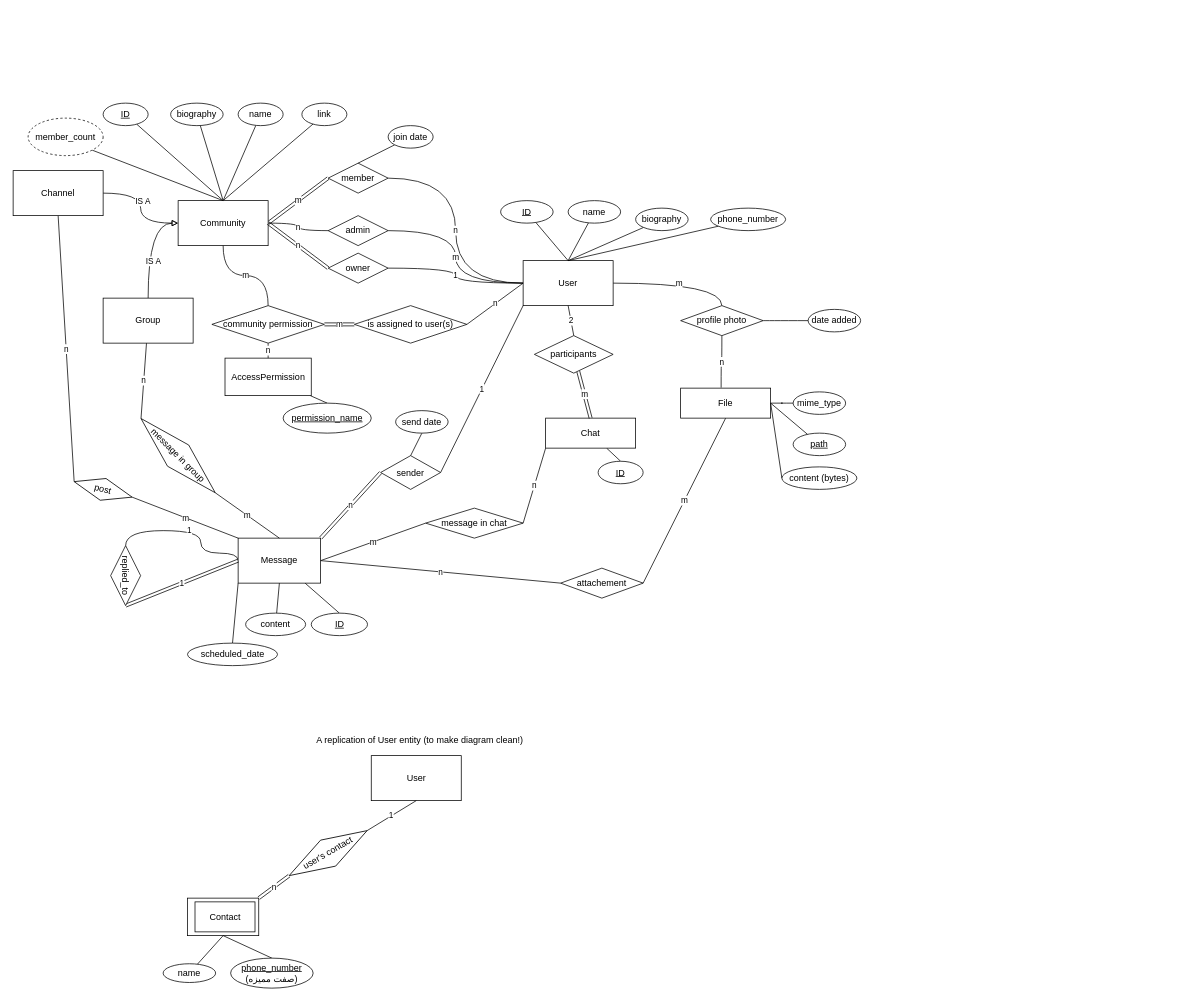
This is ER.drawio from MohsenDehghankar/db-project, a draw.io file, before an edit. Source tidied: cells renumbered, new cells numbered last; positions are measured from the earlier drawing's top-left corner, leaving out a move shared by most shapes. Both pictures are drawn from the tidied source at 75%, with x=0, y=0 at pixel (13, 103).
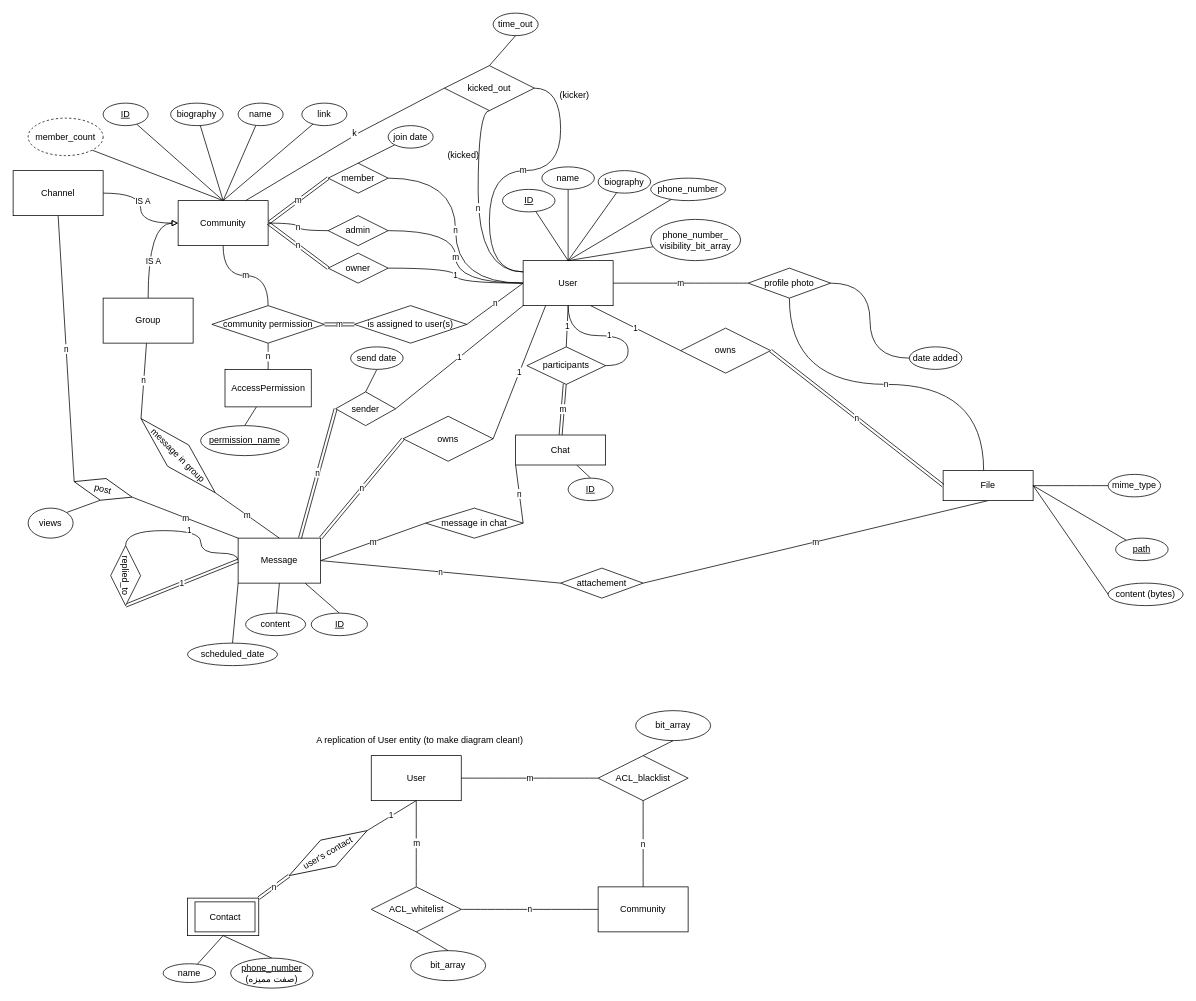
After the change.

Commit message:
ER completed, ACL, kick_out, ownership and post views added

Unchanged cells that the change refers to:
```xml
<mxCell id="10" value="User" style="rounded=0;whiteSpace=wrap;html=1;" parent="1" vertex="1">
  <mxGeometry x="680" y="210" width="120" height="60" as="geometry" />
</mxCell>
<mxCell id="15" value="Message" style="rounded=0;whiteSpace=wrap;html=1;" parent="1" vertex="1">
  <mxGeometry x="300" y="580" width="110" height="60" as="geometry" />
</mxCell>
<mxCell id="37" value="Community" style="rounded=0;whiteSpace=wrap;html=1;" parent="1" vertex="1">
  <mxGeometry x="220" y="130" width="120" height="60" as="geometry" />
</mxCell>
<mxCell id="78" value="post" style="rhombus;whiteSpace=wrap;html=1;rotation=15;" parent="1" vertex="1">
  <mxGeometry x="80" y="500" width="80" height="30" as="geometry" />
</mxCell>
<mxCell id="88" value="User" style="rounded=0;whiteSpace=wrap;html=1;" parent="1" vertex="1">
  <mxGeometry x="477.5" y="870" width="120" height="60" as="geometry" />
</mxCell>
```

What changed in the source:
```diff
@@
-    <mxCell id="8" value="m" style="edgeStyle=orthogonalEdgeStyle;curved=1;jettySize=auto;html=1;entryX=0.5;entryY=0;entryDx=0;entryDy=0;startArrow=none;startFill=0;endArrow=none;endFill=0;strokeColor=#000000;" parent="1" edge="1" source="10" target="57">
-      <mxGeometry relative="1" as="geometry" />
-    </mxCell>
@@
     <mxCell id="17" value="AccessPermission" style="rounded=0;whiteSpace=wrap;html=1;" parent="1" vertex="1">
-      <mxGeometry x="282.5" y="340" width="115" height="50" as="geometry" />
+      <mxGeometry x="282.5" y="355" width="115" height="50" as="geometry" />
     </mxCell>
@@
     <mxCell id="20" value="File" style="rounded=0;whiteSpace=wrap;html=1;" parent="1" vertex="1">
-      <mxGeometry x="890" y="380" width="120" height="40" as="geometry" />
+      <mxGeometry x="1240" y="490" width="120" height="40" as="geometry" />
     </mxCell>
@@
     <mxCell id="27" value="Chat" style="rounded=0;whiteSpace=wrap;html=1;" parent="1" vertex="1">
-      <mxGeometry x="710" y="420" width="120" height="40" as="geometry" />
+      <mxGeometry x="670" y="442.5" width="120" height="40" as="geometry" />
     </mxCell>
@@
     <mxCell id="48" value="&lt;u&gt;ID&lt;/u&gt;" style="ellipse;whiteSpace=wrap;html=1;" parent="1" vertex="1">
-      <mxGeometry x="650" y="130" width="70" height="30" as="geometry" />
+      <mxGeometry x="652.5" y="115" width="70" height="30" as="geometry" />
     </mxCell>
@@
     <mxCell id="50" value="biography" style="ellipse;whiteSpace=wrap;html=1;" parent="1" vertex="1">
-      <mxGeometry x="830" y="140" width="70" height="30" as="geometry" />
+      <mxGeometry x="780" y="90" width="70" height="30" as="geometry" />
     </mxCell>
@@
     <mxCell id="52" value="name" style="ellipse;whiteSpace=wrap;html=1;" parent="1" vertex="1">
-      <mxGeometry x="740" y="130" width="70" height="30" as="geometry" />
+      <mxGeometry x="705" y="85" width="70" height="30" as="geometry" />
     </mxCell>
@@
     <mxCell id="54" value="phone_number" style="ellipse;whiteSpace=wrap;html=1;" parent="1" vertex="1">
-      <mxGeometry x="930" y="140" width="100" height="30" as="geometry" />
+      <mxGeometry x="850" y="100" width="100" height="30" as="geometry" />
     </mxCell>
@@
     <mxCell id="57" value="profile photo" style="rhombus;whiteSpace=wrap;html=1;" parent="1" vertex="1">
-      <mxGeometry x="890" y="270" width="110" height="40" as="geometry" />
+      <mxGeometry x="980" y="220" width="110" height="40" as="geometry" />
     </mxCell>
     <mxCell id="58" value="date added" style="ellipse;whiteSpace=wrap;html=1;" parent="1" vertex="1">
-      <mxGeometry x="1060" y="275" width="70" height="30" as="geometry" />
+      <mxGeometry x="1195" y="325" width="70" height="30" as="geometry" />
     </mxCell>
     <mxCell id="59" value="mime_type" style="ellipse;whiteSpace=wrap;html=1;" parent="1" vertex="1">
-      <mxGeometry x="1040" y="385" width="70" height="30" as="geometry" />
+      <mxGeometry x="1460" y="495" width="70" height="30" as="geometry" />
     </mxCell>
@@
     <mxCell id="61" value="&lt;u&gt;path&lt;/u&gt;" style="ellipse;whiteSpace=wrap;html=1;" parent="1" vertex="1">
-      <mxGeometry x="1040" y="440" width="70" height="30" as="geometry" />
+      <mxGeometry x="1470" y="580" width="70" height="30" as="geometry" />
     </mxCell>
@@
-    <mxCell id="63" value="2" style="edgeStyle=none;jettySize=auto;html=1;entryX=0.5;entryY=1;entryDx=0;entryDy=0;startArrow=none;startFill=0;endArrow=none;endFill=0;strokeColor=#000000;exitX=0.5;exitY=0;exitDx=0;exitDy=0;" parent="1" edge="1" source="64" target="10">
-      <mxGeometry relative="1" as="geometry" />
-    </mxCell>
     <mxCell id="64" value="participants" style="rhombus;whiteSpace=wrap;html=1;" parent="1" vertex="1">
-      <mxGeometry x="695" y="310" width="105" height="50" as="geometry" />
+      <mxGeometry x="685" y="325" width="105" height="50" as="geometry" />
     </mxCell>
     <mxCell id="65" value="&lt;u&gt;ID&lt;/u&gt;" style="ellipse;whiteSpace=wrap;html=1;" parent="1" vertex="1">
-      <mxGeometry x="780" y="477.5" width="60" height="30" as="geometry" />
+      <mxGeometry x="740" y="500" width="60" height="30" as="geometry" />
     </mxCell>
     <mxCell id="66" value="&lt;u&gt;permission_name&lt;/u&gt;" style="ellipse;whiteSpace=wrap;html=1;" parent="1" vertex="1">
-      <mxGeometry x="360" y="400" width="117.5" height="40" as="geometry" />
+      <mxGeometry x="250" y="430" width="117.5" height="40" as="geometry" />
     </mxCell>
@@
-    <mxCell id="69" value="n" style="edgeStyle=none;jettySize=auto;html=1;exitX=0;exitY=0.5;exitDx=0;exitDy=0;entryX=1;entryY=0;entryDx=0;entryDy=0;startArrow=none;startFill=0;endArrow=none;endFill=0;strokeColor=#000000;shape=link;" parent="1" edge="1" source="70" target="15">
+    <mxCell id="69" value="n" style="edgeStyle=none;jettySize=auto;html=1;exitX=0;exitY=0.5;exitDx=0;exitDy=0;entryX=0.75;entryY=0;entryDx=0;entryDy=0;startArrow=none;startFill=0;endArrow=none;endFill=0;strokeColor=#000000;shape=link;" parent="1" edge="1" source="70" target="15">
       <mxGeometry relative="1" as="geometry" />
     </mxCell>
     <mxCell id="70" value="sender" style="rhombus;whiteSpace=wrap;html=1;" parent="1" vertex="1">
-      <mxGeometry x="490" y="470" width="80" height="45" as="geometry" />
+      <mxGeometry x="430" y="385" width="80" height="45" as="geometry" />
     </mxCell>
@@
     <mxCell id="72" value="send date" style="ellipse;whiteSpace=wrap;html=1;" parent="1" vertex="1">
-      <mxGeometry x="510" y="410" width="70" height="30" as="geometry" />
+      <mxGeometry x="450" y="325" width="70" height="30" as="geometry" />
     </mxCell>
@@
     <mxCell id="100" value="content (bytes)" style="ellipse;whiteSpace=wrap;html=1;" parent="1" vertex="1">
-      <mxGeometry x="1025" y="485" width="100" height="30" as="geometry" />
+      <mxGeometry x="1460" y="640" width="100" height="30" as="geometry" />
     </mxCell>
@@
+    <mxCell id="104" value="owns" style="shape=rhombus;perimeter=rhombusPerimeter;whiteSpace=wrap;html=1;align=center;" parent="1" vertex="1">
+      <mxGeometry x="890" y="300" width="120" height="60" as="geometry" />
+    </mxCell>
+    <mxCell id="105" value="n" style="edgeStyle=none;jettySize=auto;html=1;exitX=0;exitY=0.5;exitDx=0;exitDy=0;entryX=1;entryY=0.5;entryDx=0;entryDy=0;startArrow=none;startFill=0;endArrow=none;endFill=0;strokeColor=#000000;shape=link;" parent="1" edge="1" source="20" target="104">
+      <mxGeometry relative="1" as="geometry" />
+    </mxCell>
+    <mxCell id="106" value="1" style="edgeStyle=none;jettySize=auto;html=1;exitX=0;exitY=0.5;exitDx=0;exitDy=0;entryX=0.75;entryY=1;entryDx=0;entryDy=0;startArrow=none;startFill=0;endArrow=none;endFill=0;strokeColor=#000000;" parent="1" edge="1" source="104" target="10">
+      <mxGeometry relative="1" as="geometry" />
+    </mxCell>
+    <mxCell id="107" value="m" style="edgeStyle=orthogonalEdgeStyle;curved=1;jettySize=auto;html=1;exitX=0;exitY=0.5;exitDx=0;exitDy=0;entryX=1;entryY=0.5;entryDx=0;entryDy=0;startArrow=none;startFill=0;endArrow=none;endFill=0;strokeColor=#000000;" parent="1" edge="1" source="57" target="10">
+      <mxGeometry relative="1" as="geometry" />
+    </mxCell>
+    <mxCell id="108" value="owns" style="shape=rhombus;perimeter=rhombusPerimeter;whiteSpace=wrap;html=1;align=center;" parent="1" vertex="1">
+      <mxGeometry x="520" y="417.5" width="120" height="60" as="geometry" />
+    </mxCell>
+    <mxCell id="109" value="n" style="edgeStyle=none;jettySize=auto;html=1;exitX=1;exitY=0;exitDx=0;exitDy=0;entryX=0;entryY=0.5;entryDx=0;entryDy=0;startArrow=none;startFill=0;endArrow=none;endFill=0;strokeColor=#000000;shape=link;" parent="1" edge="1" source="15" target="108">
+      <mxGeometry relative="1" as="geometry" />
+    </mxCell>
+    <mxCell id="110" value="1" style="edgeStyle=none;jettySize=auto;html=1;exitX=1;exitY=0.5;exitDx=0;exitDy=0;entryX=0.25;entryY=1;entryDx=0;entryDy=0;startArrow=none;startFill=0;endArrow=none;endFill=0;strokeColor=#000000;" parent="1" edge="1" source="108" target="10">
+      <mxGeometry relative="1" as="geometry" />
+    </mxCell>
+    <mxCell id="111" style="edgeStyle=none;jettySize=auto;html=1;exitX=0.5;exitY=1;exitDx=0;exitDy=0;startArrow=none;startFill=0;endArrow=none;endFill=0;strokeColor=#000000;entryX=1;entryY=0;entryDx=0;entryDy=0;" parent="1" edge="1" source="78" target="112">
+      <mxGeometry relative="1" as="geometry" />
+    </mxCell>
+    <mxCell id="112" value="views" style="ellipse;whiteSpace=wrap;html=1;align=center;" parent="1" vertex="1">
+      <mxGeometry x="20" y="540" width="60" height="40" as="geometry" />
+    </mxCell>
+    <mxCell id="113" value="kicked_out" style="shape=rhombus;perimeter=rhombusPerimeter;whiteSpace=wrap;html=1;align=center;" parent="1" vertex="1">
+      <mxGeometry x="575" y="-50" width="120" height="60" as="geometry" />
+    </mxCell>
+    <mxCell id="114" value="n" style="edgeStyle=orthogonalEdgeStyle;curved=1;jettySize=auto;html=1;exitX=0;exitY=0.25;exitDx=0;exitDy=0;entryX=0.5;entryY=1;entryDx=0;entryDy=0;startArrow=none;startFill=0;endArrow=none;endFill=0;strokeColor=#000000;" parent="1" edge="1" source="10" target="113">
+      <mxGeometry relative="1" as="geometry">
+        <Array as="points">
+          <mxPoint x="620" y="225" />
+          <mxPoint x="620" y="10" />
+        </Array>
+      </mxGeometry>
+    </mxCell>
+    <mxCell id="115" value="(kicked)" style="text;html=1;align=center;verticalAlign=middle;" parent="1" vertex="1">
+      <mxGeometry x="570" y="60" width="60" height="20" as="geometry" />
+    </mxCell>
+    <mxCell id="116" value="m" style="edgeStyle=orthogonalEdgeStyle;curved=1;jettySize=auto;html=1;exitX=0;exitY=0.25;exitDx=0;exitDy=0;entryX=1;entryY=0.5;entryDx=0;entryDy=0;startArrow=none;startFill=0;endArrow=none;endFill=0;strokeColor=#000000;" parent="1" edge="1" source="10" target="113">
+      <mxGeometry x="0.07" relative="1" as="geometry">
+        <Array as="points">
+          <mxPoint x="635" y="225" />
+          <mxPoint x="635" y="90" />
+          <mxPoint x="730" y="90" />
+          <mxPoint x="730" y="-20" />
+        </Array>
+      </mxGeometry>
+    </mxCell>
+    <mxCell id="117" value="(kicker)" style="text;html=1;align=center;verticalAlign=middle;" parent="1" vertex="1">
+      <mxGeometry x="722.5" y="-20" width="50" height="20" as="geometry" />
+    </mxCell>
+    <mxCell id="118" style="endArrow=none;html=1;entryX=0;entryY=0.5;entryDx=0;entryDy=0;" parent="1" edge="1" target="113">
+      <mxGeometry relative="1" as="geometry">
+        <mxPoint x="460" y="40" as="sourcePoint" />
+      </mxGeometry>
+    </mxCell>
+    <mxCell id="119" style="endArrow=none;html=1;exitX=0.75;exitY=0;exitDx=0;exitDy=0;entryX=0.27;entryY=0.81;entryDx=0;entryDy=0;entryPerimeter=0;" parent="1" edge="1" source="37" target="120">
+      <mxGeometry relative="1" as="geometry" />
+    </mxCell>
+    <mxCell id="120" value="k" style="text;html=1;align=center;verticalAlign=middle;points=[];" parent="1" vertex="1">
+      <mxGeometry x="445" y="30" width="20" height="20" as="geometry" />
+    </mxCell>
+    <mxCell id="121" value="time_out" style="ellipse;whiteSpace=wrap;html=1;" parent="1" vertex="1">
+      <mxGeometry x="640" y="-120" width="60" height="30" as="geometry" />
+    </mxCell>
+    <mxCell id="122" style="edgeStyle=none;jettySize=auto;html=1;startArrow=none;startFill=0;endArrow=none;endFill=0;strokeColor=#000000;entryX=0.5;entryY=0;entryDx=0;entryDy=0;exitX=0.5;exitY=1;exitDx=0;exitDy=0;" parent="1" edge="1" source="121" target="113">
+      <mxGeometry relative="1" as="geometry" />
+    </mxCell>
+    <mxCell id="123" value="Community" style="rounded=0;whiteSpace=wrap;html=1;" parent="1" vertex="1">
+      <mxGeometry x="780" y="1045" width="120" height="60" as="geometry" />
+    </mxCell>
+    <mxCell id="124" value="ACL_blacklist" style="shape=rhombus;perimeter=rhombusPerimeter;whiteSpace=wrap;html=1;align=center;" parent="1" vertex="1">
+      <mxGeometry x="780" y="870" width="120" height="60" as="geometry" />
+    </mxCell>
+    <mxCell id="125" value="m" style="edgeStyle=orthogonalEdgeStyle;curved=1;jettySize=auto;html=1;entryX=1;entryY=0.5;entryDx=0;entryDy=0;startArrow=none;startFill=0;endArrow=none;endFill=0;strokeColor=#000000;exitX=0;exitY=0.5;exitDx=0;exitDy=0;" parent="1" edge="1" source="124" target="88">
+      <mxGeometry relative="1" as="geometry" />
+    </mxCell>
+    <mxCell id="126" value="n" style="edgeStyle=orthogonalEdgeStyle;curved=1;jettySize=auto;html=1;exitX=0.5;exitY=1;exitDx=0;exitDy=0;entryX=0.5;entryY=0;entryDx=0;entryDy=0;startArrow=none;startFill=0;endArrow=none;endFill=0;strokeColor=#000000;" parent="1" edge="1" source="124" target="123">
+      <mxGeometry relative="1" as="geometry" />
+    </mxCell>
+    <mxCell id="127" value="ACL_whitelist" style="shape=rhombus;perimeter=rhombusPerimeter;whiteSpace=wrap;html=1;align=center;" parent="1" vertex="1">
+      <mxGeometry x="477.5" y="1045" width="120" height="60" as="geometry" />
+    </mxCell>
+    <mxCell id="128" value="n" style="edgeStyle=orthogonalEdgeStyle;curved=1;jettySize=auto;html=1;exitX=1;exitY=0.5;exitDx=0;exitDy=0;entryX=0;entryY=0.5;entryDx=0;entryDy=0;startArrow=none;startFill=0;endArrow=none;endFill=0;strokeColor=#000000;" parent="1" edge="1" source="127" target="123">
+      <mxGeometry relative="1" as="geometry" />
+    </mxCell>
+    <mxCell id="129" value="m" style="edgeStyle=orthogonalEdgeStyle;curved=1;jettySize=auto;html=1;entryX=0.5;entryY=1;entryDx=0;entryDy=0;startArrow=none;startFill=0;endArrow=none;endFill=0;strokeColor=#000000;exitX=0.5;exitY=0;exitDx=0;exitDy=0;" parent="1" edge="1" source="127" target="88">
+      <mxGeometry relative="1" as="geometry" />
+    </mxCell>
+    <mxCell id="130" value="bit_array" style="ellipse;whiteSpace=wrap;html=1;align=center;" parent="1" vertex="1">
+      <mxGeometry x="830" y="810" width="100" height="40" as="geometry" />
+    </mxCell>
+    <mxCell id="131" style="endArrow=none;html=1;rounded=0;exitX=0.5;exitY=1;exitDx=0;exitDy=0;entryX=0.5;entryY=0;entryDx=0;entryDy=0;" parent="1" edge="1" source="130" target="124">
+      <mxGeometry relative="1" as="geometry" />
+    </mxCell>
+    <mxCell id="132" value="bit_array" style="ellipse;whiteSpace=wrap;html=1;align=center;" parent="1" vertex="1">
+      <mxGeometry x="530" y="1130" width="100" height="40" as="geometry" />
+    </mxCell>
+    <mxCell id="133" style="endArrow=none;html=1;rounded=0;exitX=0.5;exitY=1;exitDx=0;exitDy=0;entryX=0.5;entryY=0;entryDx=0;entryDy=0;" parent="1" edge="1" source="127" target="132">
+      <mxGeometry relative="1" as="geometry" />
+    </mxCell>
+    <mxCell id="63" value="1" style="edgeStyle=none;jettySize=auto;html=1;exitX=0.5;exitY=0;exitDx=0;exitDy=0;entryX=0.5;entryY=1;entryDx=0;entryDy=0;startArrow=none;startFill=0;endArrow=none;endFill=0;strokeColor=#000000;" parent="1" edge="1" source="64" target="10">
+      <mxGeometry relative="1" as="geometry" />
+    </mxCell>
+    <mxCell id="134" value="1" style="edgeStyle=orthogonalEdgeStyle;jettySize=auto;html=1;entryX=1;entryY=0.5;entryDx=0;entryDy=0;startArrow=none;startFill=0;endArrow=none;endFill=0;strokeColor=#000000;curved=1;exitX=0.5;exitY=1;exitDx=0;exitDy=0;" parent="1" edge="1" source="10" target="64">
+      <mxGeometry relative="1" as="geometry">
+        <Array as="points">
+          <mxPoint x="740" y="310" />
+          <mxPoint x="820" y="310" />
+          <mxPoint x="820" y="350" />
+        </Array>
+      </mxGeometry>
+    </mxCell>
+    <mxCell id="135" style="edgeStyle=none;jettySize=auto;html=1;startArrow=none;startFill=0;endArrow=none;endFill=0;strokeColor=#000000;entryX=0.5;entryY=0;entryDx=0;entryDy=0;" parent="1" edge="1" source="136" target="10">
+      <mxGeometry relative="1" as="geometry" />
+    </mxCell>
+    <mxCell id="136" value="phone_number_&lt;br&gt;visibility_bit_array" style="ellipse;whiteSpace=wrap;html=1;" parent="1" vertex="1">
+      <mxGeometry x="850" y="155" width="120" height="55" as="geometry" />
+    </mxCell>
```
